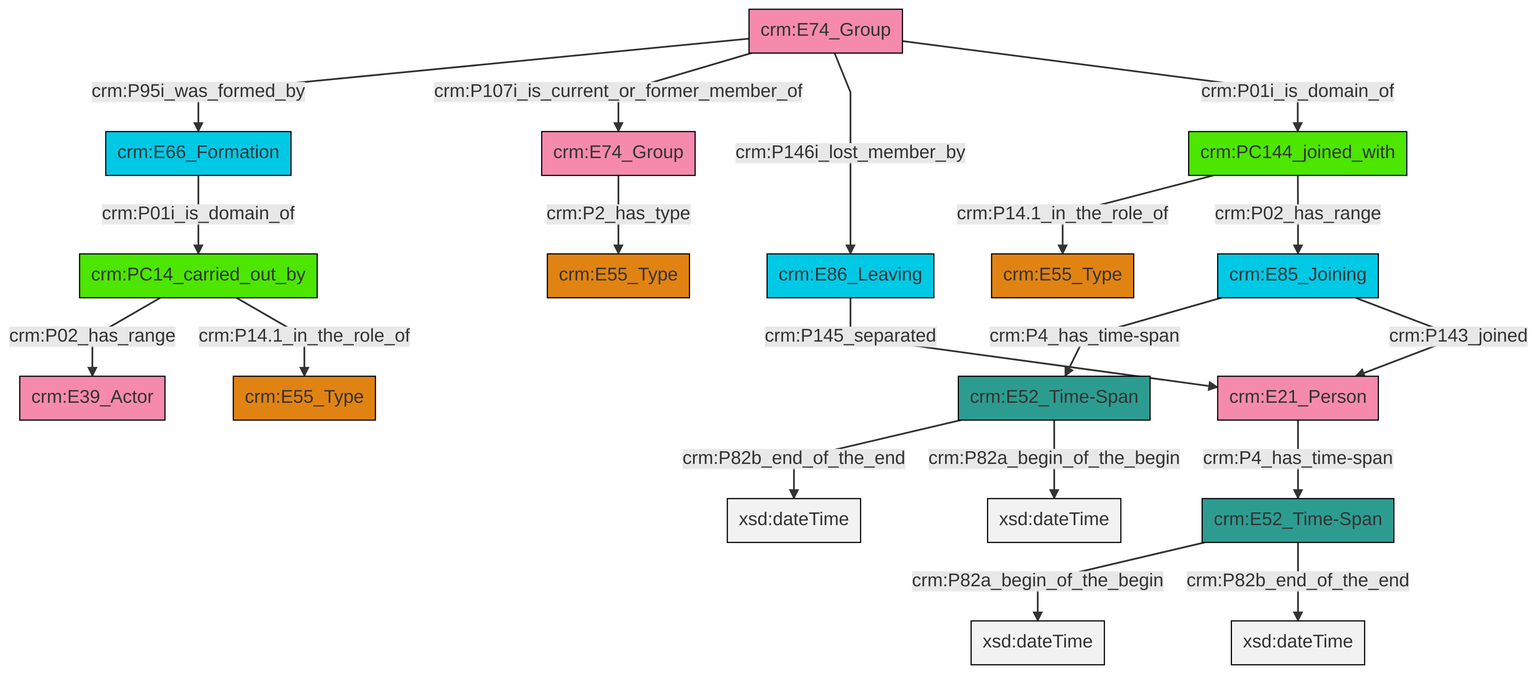
The Mermaid diagram et/groupCSV/ttl/mmd/png/group_actor_relations.png in swiss-art-research-net/reference-data-models, before a commit. Its source is kept beside it as et/groupCSV/ttl/mmd/group_actor_relations.ttl.mmd.
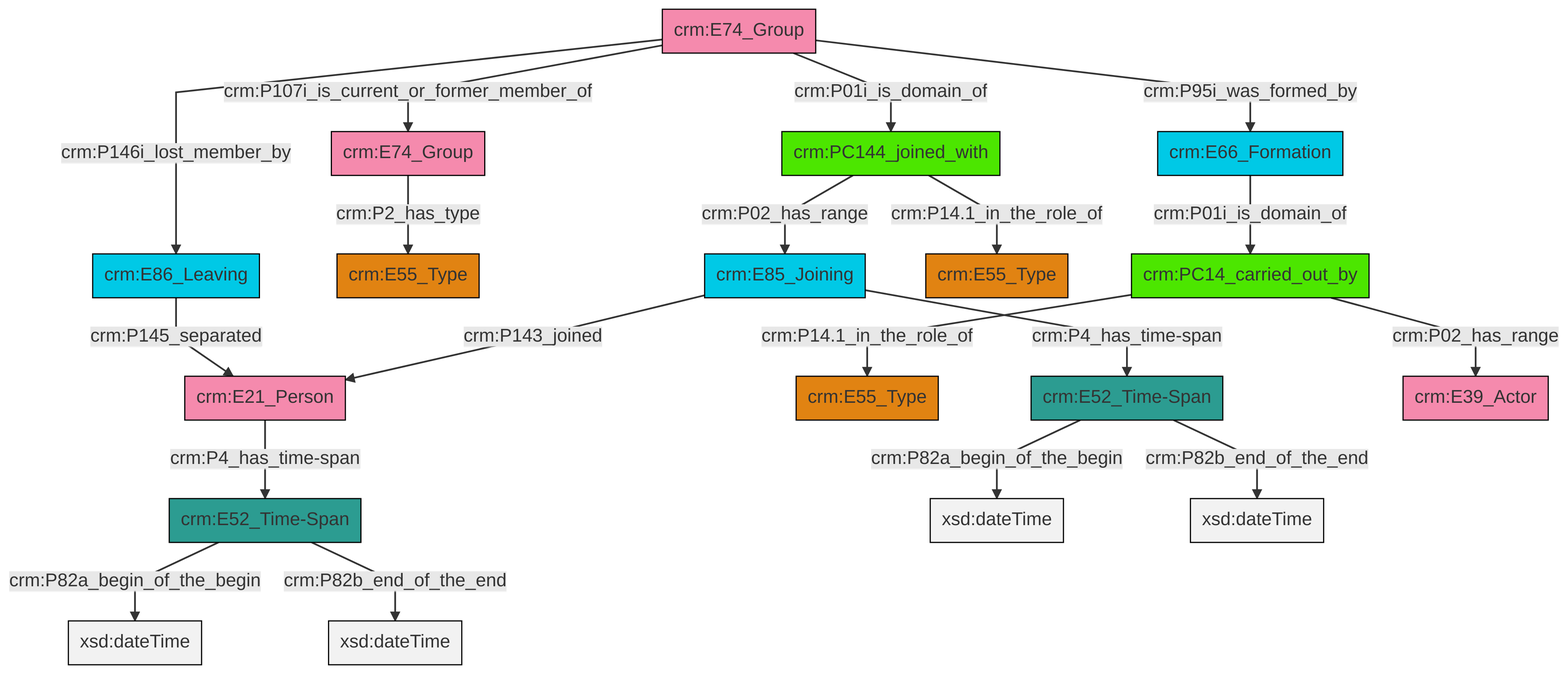
Later version of the same file.

Diff of the diagram source:
```diff
@@ -13,21 +13,21 @@
 classDef PC_Classes fill:#4ce600, stroke:#000000;
 classDef Multi fill:#cccccc,stroke:#000000;
 
-0["crm:E74_Group"]:::Actor -->|crm:P95i_was_formed_by| 1["crm:E66_Formation"]:::Temporal_Entity
-4["crm:E85_Joining"]:::Temporal_Entity -->|crm:P4_has_time-span| 5["crm:E52_Time-Span"]:::Time-Span
-6["crm:PC14_carried_out_by"]:::PC_Classes -->|crm:P02_has_range| 7["crm:E39_Actor"]:::Actor
-11["crm:E86_Leaving"]:::Temporal_Entity -->|crm:P145_separated| 12["crm:E21_Person"]:::Actor
-0["crm:E74_Group"]:::Actor -->|crm:P107i_is_current_or_former_member_of| 14["crm:E74_Group"]:::Actor
-0["crm:E74_Group"]:::Actor -->|crm:P146i_lost_member_by| 11["crm:E86_Leaving"]:::Temporal_Entity
-4["crm:E85_Joining"]:::Temporal_Entity -->|crm:P143_joined| 12["crm:E21_Person"]:::Actor
-6["crm:PC14_carried_out_by"]:::PC_Classes -->|crm:P14.1_in_the_role_of| 8["crm:E55_Type"]:::Type
-2["crm:E52_Time-Span"]:::Time-Span -->|crm:P82a_begin_of_the_begin| 23[xsd:dateTime]:::Literal
-0["crm:E74_Group"]:::Actor -->|crm:P01i_is_domain_of| 24["crm:PC144_joined_with"]:::PC_Classes
-14["crm:E74_Group"]:::Actor -->|crm:P2_has_type| 16["crm:E55_Type"]:::Type
-24["crm:PC144_joined_with"]:::PC_Classes -->|crm:P14.1_in_the_role_of| 20["crm:E55_Type"]:::Type
-5["crm:E52_Time-Span"]:::Time-Span -->|crm:P82b_end_of_the_end| 28[xsd:dateTime]:::Literal
-1["crm:E66_Formation"]:::Temporal_Entity -->|crm:P01i_is_domain_of| 6["crm:PC14_carried_out_by"]:::PC_Classes
-12["crm:E21_Person"]:::Actor -->|crm:P4_has_time-span| 2["crm:E52_Time-Span"]:::Time-Span
-24["crm:PC144_joined_with"]:::PC_Classes -->|crm:P02_has_range| 4["crm:E85_Joining"]:::Temporal_Entity
-5["crm:E52_Time-Span"]:::Time-Span -->|crm:P82a_begin_of_the_begin| 32[xsd:dateTime]:::Literal
-2["crm:E52_Time-Span"]:::Time-Span -->|crm:P82b_end_of_the_end| 33[xsd:dateTime]:::Literal
+0["crm:E74_Group"]:::Actor -->|crm:P01i_is_domain_of| 1["crm:PC144_joined_with"]:::PC_Classes
+0["crm:E74_Group"]:::Actor -->|crm:P107i_is_current_or_former_member_of| 2["crm:E74_Group"]:::Actor
+3["crm:E52_Time-Span"]:::Time-Span -->|crm:P82a_begin_of_the_begin| 5[xsd:dateTime]:::Literal
+6["crm:E52_Time-Span"]:::Time-Span -->|crm:P82a_begin_of_the_begin| 7[xsd:dateTime]:::Literal
+10["crm:PC14_carried_out_by"]:::PC_Classes -->|crm:P14.1_in_the_role_of| 8["crm:E55_Type"]:::Type
+13["crm:E21_Person"]:::Actor -->|crm:P4_has_time-span| 3["crm:E52_Time-Span"]:::Time-Span
+14["crm:E85_Joining"]:::Temporal_Entity -->|crm:P4_has_time-span| 6["crm:E52_Time-Span"]:::Time-Span
+1["crm:PC144_joined_with"]:::PC_Classes -->|crm:P02_has_range| 14["crm:E85_Joining"]:::Temporal_Entity
+3["crm:E52_Time-Span"]:::Time-Span -->|crm:P82b_end_of_the_end| 19[xsd:dateTime]:::Literal
+10["crm:PC14_carried_out_by"]:::PC_Classes -->|crm:P02_has_range| 20["crm:E39_Actor"]:::Actor
+0["crm:E74_Group"]:::Actor -->|crm:P95i_was_formed_by| 21["crm:E66_Formation"]:::Temporal_Entity
+2["crm:E74_Group"]:::Actor -->|crm:P2_has_type| 11["crm:E55_Type"]:::Type
+23["crm:E86_Leaving"]:::Temporal_Entity -->|crm:P145_separated| 13["crm:E21_Person"]:::Actor
+14["crm:E85_Joining"]:::Temporal_Entity -->|crm:P143_joined| 13["crm:E21_Person"]:::Actor
+1["crm:PC144_joined_with"]:::PC_Classes -->|crm:P14.1_in_the_role_of| 16["crm:E55_Type"]:::Type
+21["crm:E66_Formation"]:::Temporal_Entity -->|crm:P01i_is_domain_of| 10["crm:PC14_carried_out_by"]:::PC_Classes
+0["crm:E74_Group"]:::Actor -->|crm:P146i_lost_member_by| 23["crm:E86_Leaving"]:::Temporal_Entity
+6["crm:E52_Time-Span"]:::Time-Span -->|crm:P82b_end_of_the_end| 32[xsd:dateTime]:::Literal
```
